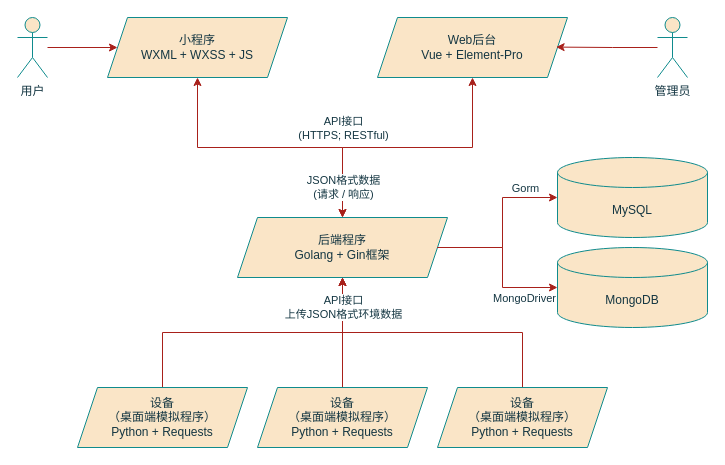
Cromemadnd/Draw.io keeps this draw.io diagram as ssat-architecture.drawio. Above is the earlier version. Source tidied: cells renumbered, new cells numbered last; positions are measured from the earlier drawing's top-left corner, leaving out a move shared by most shapes. Both pictures are drawn from the tidied source at 100%, with x=0, y=0 at pixel (17, 17).
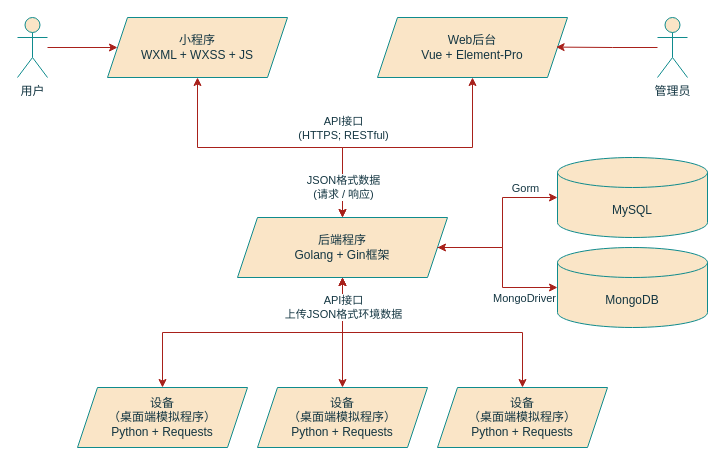
After the change.

The change refers to these unchanged cells:
```xml
<mxCell id="12" value="后端程序&lt;br&gt;Golang + Gin框架" style="shape=parallelogram;perimeter=parallelogramPerimeter;whiteSpace=wrap;html=1;fixedSize=1;strokeColor=#0F8B8D;fontColor=#143642;fillColor=#FAE5C7;" parent="1" vertex="1">
  <mxGeometry x="220" y="200" width="210" height="60" as="geometry" />
</mxCell>
<mxCell id="14" value="MongoDB" style="shape=cylinder3;whiteSpace=wrap;html=1;boundedLbl=1;backgroundOutline=1;size=15;strokeColor=#0F8B8D;fontColor=#143642;fillColor=#FAE5C7;" parent="1" vertex="1">
  <mxGeometry x="540" y="230" width="150" height="80" as="geometry" />
</mxCell>
<mxCell id="20" value="设备&lt;br&gt;（桌面端模拟程序）&lt;br&gt;Python + Requests" style="shape=parallelogram;perimeter=parallelogramPerimeter;whiteSpace=wrap;html=1;fixedSize=1;strokeColor=#0F8B8D;fontColor=#143642;fillColor=#FAE5C7;" parent="1" vertex="1">
  <mxGeometry x="60" y="370" width="170" height="60" as="geometry" />
</mxCell>
<mxCell id="22" value="设备&lt;br&gt;（桌面端模拟程序）&lt;br&gt;Python + Requests" style="shape=parallelogram;perimeter=parallelogramPerimeter;whiteSpace=wrap;html=1;fixedSize=1;strokeColor=#0F8B8D;fontColor=#143642;fillColor=#FAE5C7;" parent="1" vertex="1">
  <mxGeometry x="240" y="370" width="170" height="60" as="geometry" />
</mxCell>
<mxCell id="25" value="设备&lt;br&gt;（桌面端模拟程序）&lt;br&gt;Python + Requests" style="shape=parallelogram;perimeter=parallelogramPerimeter;whiteSpace=wrap;html=1;fixedSize=1;strokeColor=#0F8B8D;fontColor=#143642;fillColor=#FAE5C7;" parent="1" vertex="1">
  <mxGeometry x="420" y="370" width="170" height="60" as="geometry" />
</mxCell>
```

Diff of the diagram source:
```diff
@@
-    <mxCell id="17" style="edgeStyle=orthogonalEdgeStyle;rounded=0;jettySize=auto;html=1;entryX=0;entryY=0.5;entryDx=0;entryDy=0;entryPerimeter=0;strokeColor=#A8201A;fontColor=#143642;fillColor=#FAE5C7;" parent="1" edge="1" source="12" target="14">
+    <mxCell id="17" style="edgeStyle=orthogonalEdgeStyle;rounded=0;jettySize=auto;html=1;entryX=0;entryY=0.5;entryDx=0;entryDy=0;entryPerimeter=0;strokeColor=#A8201A;fontColor=#143642;fillColor=#FAE5C7;startArrow=classic;startFill=1;" parent="1" edge="1" source="12" target="14">
       <mxGeometry relative="1" as="geometry" />
     </mxCell>
@@
-    <mxCell id="19" style="edgeStyle=orthogonalEdgeStyle;rounded=0;jettySize=auto;html=1;entryX=0.5;entryY=1;entryDx=0;entryDy=0;strokeColor=#A8201A;fontColor=#143642;fillColor=#FAE5C7;" parent="1" edge="1" source="20" target="12">
+    <mxCell id="19" style="edgeStyle=orthogonalEdgeStyle;rounded=0;jettySize=auto;html=1;entryX=0.5;entryY=1;entryDx=0;entryDy=0;strokeColor=#A8201A;fontColor=#143642;fillColor=#FAE5C7;startArrow=classic;startFill=1;" parent="1" edge="1" source="20" target="12">
       <mxGeometry relative="1" as="geometry" />
     </mxCell>
@@
-    <mxCell id="21" style="edgeStyle=orthogonalEdgeStyle;rounded=0;jettySize=auto;html=1;strokeColor=#A8201A;fontColor=#143642;fillColor=#FAE5C7;" parent="1" edge="1" source="22">
+    <mxCell id="21" style="edgeStyle=orthogonalEdgeStyle;rounded=0;jettySize=auto;html=1;strokeColor=#A8201A;fontColor=#143642;fillColor=#FAE5C7;startArrow=classic;startFill=1;" parent="1" edge="1" source="22">
       <mxGeometry relative="1" as="geometry">
         <mxPoint x="325" y="260" as="targetPoint" />
       </mxGeometry>
     </mxCell>
@@
-    <mxCell id="23" style="edgeStyle=orthogonalEdgeStyle;rounded=0;jettySize=auto;html=1;entryX=0.5;entryY=1;entryDx=0;entryDy=0;strokeColor=#A8201A;fontColor=#143642;fillColor=#FAE5C7;" parent="1" edge="1" source="25" target="12">
+    <mxCell id="23" style="edgeStyle=orthogonalEdgeStyle;rounded=0;jettySize=auto;html=1;entryX=0.5;entryY=1;entryDx=0;entryDy=0;strokeColor=#A8201A;fontColor=#143642;fillColor=#FAE5C7;startArrow=classic;startFill=1;" parent="1" edge="1" source="25" target="12">
       <mxGeometry relative="1" as="geometry" />
     </mxCell>
```
